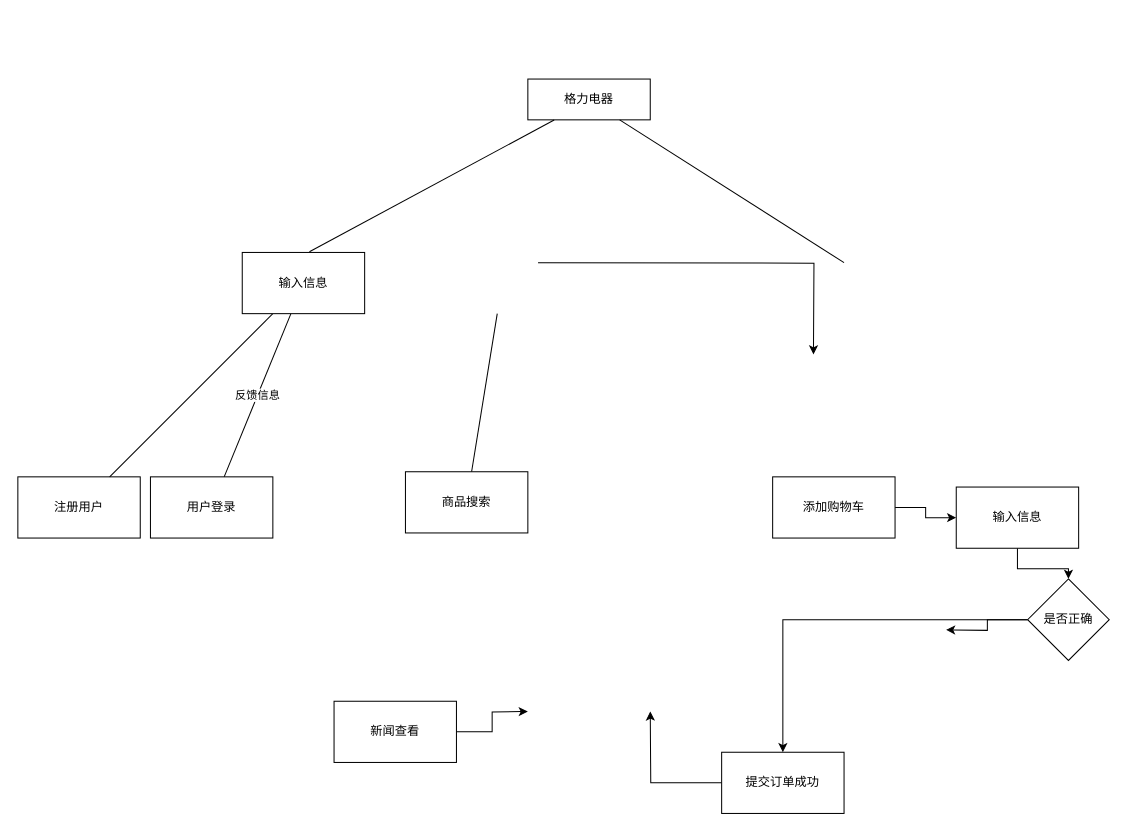
Noirkelo/studyRepo keeps this draw.io diagram as Untitled Diagram.drawio. Above is the earlier version. Source tidied: cells renumbered, new cells numbered last; positions are measured from the earlier drawing's top-left corner, leaving out a move shared by most shapes. Both pictures are drawn from the tidied source at 102%, with x=0, y=0 at pixel (17, 79).
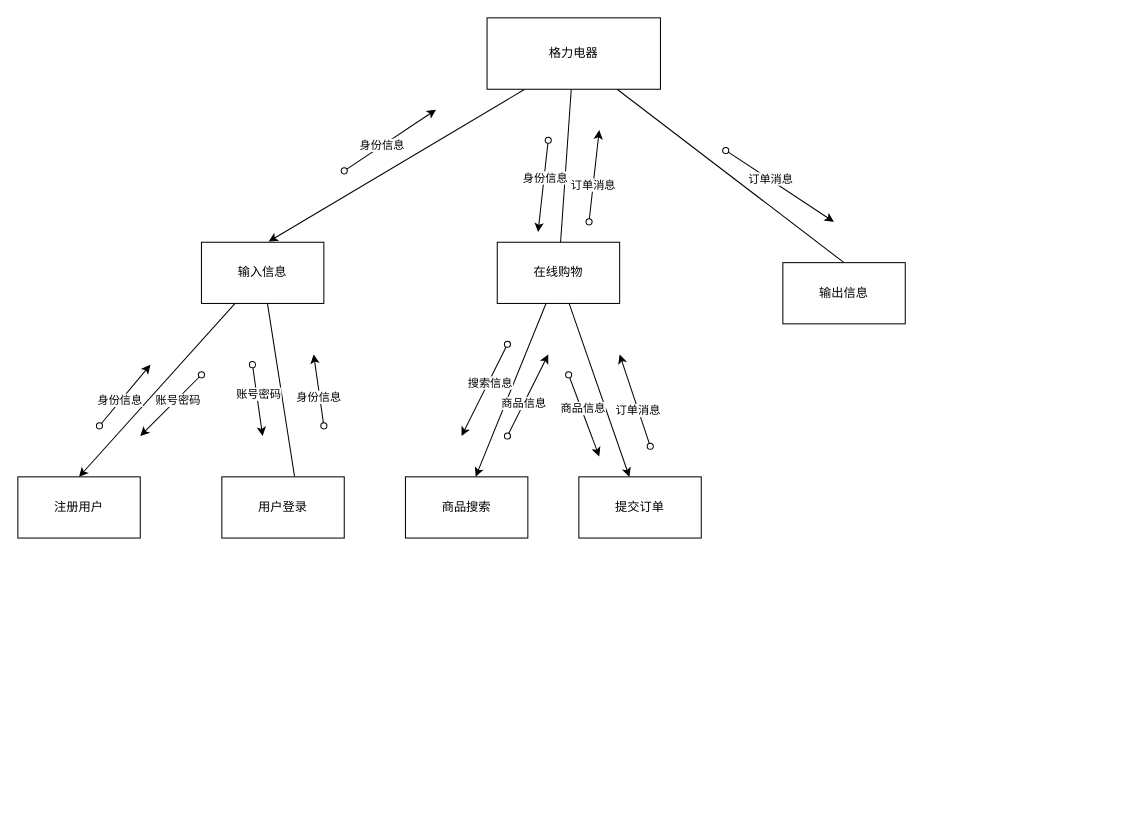
Above is the later version.

The change refers to these unchanged cells:
```xml
<mxCell id="3" value="注册用户" style="rounded=0;whiteSpace=wrap;html=1;" parent="1" vertex="1">
  <mxGeometry y="390" width="120" height="60" as="geometry" />
</mxCell>
```

Diff of the diagram source:
```diff
@@
+    <mxCell id="24" style="edgeStyle=none;rounded=0;jettySize=auto;html=1;startArrow=none;startFill=0;endArrow=none;endFill=0;strokeColor=default;" parent="1" edge="1" source="2" target="28">
+      <mxGeometry relative="1" as="geometry" />
+    </mxCell>
     <mxCell id="2" value="格力电器" style="rounded=0;whiteSpace=wrap;html=1;" parent="1" vertex="1">
-      <mxGeometry x="500" width="120" height="40" as="geometry" />
+      <mxGeometry x="460" y="-60" width="170" height="70" as="geometry" />
     </mxCell>
@@
-    <mxCell id="4" style="rounded=0;jettySize=auto;html=1;endArrow=none;endFill=0;strokeColor=default;startArrow=none;startFill=0;exitX=0.215;exitY=1.004;exitDx=0;exitDy=0;exitPerimeter=0;entryX=0.549;entryY=-0.012;entryDx=0;entryDy=0;entryPerimeter=0;" parent="1" edge="1" source="2" target="8">
+    <mxCell id="4" style="rounded=0;jettySize=auto;html=1;endArrow=classic;endFill=1;strokeColor=default;startArrow=none;startFill=0;exitX=0.215;exitY=1.004;exitDx=0;exitDy=0;exitPerimeter=0;entryX=0.549;entryY=-0.012;entryDx=0;entryDy=0;entryPerimeter=0;" parent="1" edge="1" source="2" target="8">
       <mxGeometry x="0.07" y="58" relative="1" as="geometry" />
     </mxCell>
-    <mxCell id="5" value="反馈信息" style="edgeStyle=none;rounded=0;jettySize=auto;html=1;startArrow=none;startFill=0;endArrow=none;endFill=0;strokeColor=default;" parent="1" edge="1" source="8" target="23">
+    <mxCell id="5" style="edgeStyle=none;rounded=0;jettySize=auto;html=1;startArrow=none;startFill=0;endArrow=none;endFill=0;strokeColor=default;entryX=0.594;entryY=-0.003;entryDx=0;entryDy=0;entryPerimeter=0;" parent="1" edge="1" source="8" target="23">
       <mxGeometry relative="1" as="geometry" />
     </mxCell>
-    <mxCell id="6" style="edgeStyle=none;rounded=0;jettySize=auto;html=1;startArrow=none;startFill=0;endArrow=none;endFill=0;strokeColor=default;" parent="1" edge="1" source="8" target="3">
+    <mxCell id="6" style="edgeStyle=none;rounded=0;jettySize=auto;html=1;startArrow=none;startFill=0;endArrow=classic;endFill=1;strokeColor=default;entryX=0.5;entryY=0;entryDx=0;entryDy=0;" parent="1" edge="1" source="8" target="3">
       <mxGeometry relative="1" as="geometry" />
     </mxCell>
-    <mxCell id="7" style="edgeStyle=none;rounded=0;jettySize=auto;html=1;startArrow=none;startFill=0;endArrow=none;endFill=0;strokeColor=default;" parent="1" edge="1" target="11">
-      <mxGeometry relative="1" as="geometry">
-        <mxPoint x="470" y="230" as="sourcePoint" />
-      </mxGeometry>
-    </mxCell>
     <mxCell id="8" value="输入信息" style="rounded=0;whiteSpace=wrap;html=1;" parent="1" vertex="1">
-      <mxGeometry x="220" y="170" width="120" height="60" as="geometry" />
+      <mxGeometry x="180" y="160" width="120" height="60" as="geometry" />
     </mxCell>
-    <mxCell id="9" style="edgeStyle=orthogonalEdgeStyle;rounded=0;jettySize=auto;html=1;entryX=0;entryY=0.5;entryDx=0;entryDy=0;endArrow=classic;endFill=1;strokeColor=default;" parent="1" edge="1" source="10" target="16">
-      <mxGeometry relative="1" as="geometry" />
-    </mxCell>
-    <mxCell id="10" value="添加购物车" style="rounded=0;whiteSpace=wrap;html=1;" parent="1" vertex="1">
-      <mxGeometry x="740" y="390" width="120" height="60" as="geometry" />
-    </mxCell>
     <mxCell id="11" value="商品搜索" style="rounded=0;whiteSpace=wrap;html=1;" parent="1" vertex="1">
-      <mxGeometry x="380" y="385" width="120" height="60" as="geometry" />
+      <mxGeometry x="380" y="390" width="120" height="60" as="geometry" />
     </mxCell>
-    <mxCell id="12" style="edgeStyle=orthogonalEdgeStyle;rounded=0;jettySize=auto;html=1;endArrow=classic;endFill=1;strokeColor=default;" parent="1" edge="1" source="13">
-      <mxGeometry relative="1" as="geometry">
-        <mxPoint x="500" y="620" as="targetPoint" />
-      </mxGeometry>
-    </mxCell>
-    <mxCell id="13" value="新闻查看" style="rounded=0;whiteSpace=wrap;html=1;" parent="1" vertex="1">
-      <mxGeometry x="310" y="610" width="120" height="60" as="geometry" />
-    </mxCell>
-    <mxCell id="14" style="edgeStyle=orthogonalEdgeStyle;rounded=0;orthogonalLoop=1;jettySize=auto;html=1;endArrow=classic;endFill=1;strokeColor=default;" parent="1" edge="1">
+    <mxCell id="14" style="rounded=0;orthogonalLoop=1;jettySize=auto;html=1;endArrow=classic;endFill=1;strokeColor=default;startArrow=oval;startFill=0;" parent="1" edge="1">
       <mxGeometry relative="1" as="geometry">
-        <mxPoint x="510" y="180" as="sourcePoint" />
-        <mxPoint x="780" y="270" as="targetPoint" />
+        <mxPoint x="320" y="90" as="sourcePoint" />
+        <mxPoint x="410" y="30" as="targetPoint" />
       </mxGeometry>
     </mxCell>
-    <mxCell id="15" style="edgeStyle=orthogonalEdgeStyle;rounded=0;jettySize=auto;html=1;endArrow=classic;endFill=1;strokeColor=default;" parent="1" edge="1" source="16" target="21">
-      <mxGeometry relative="1" as="geometry" />
-    </mxCell>
-    <mxCell id="16" value="输入信息" style="rounded=0;whiteSpace=wrap;html=1;" parent="1" vertex="1">
-      <mxGeometry x="920" y="400" width="120" height="60" as="geometry" />
-    </mxCell>
-    <mxCell id="17" style="edgeStyle=orthogonalEdgeStyle;rounded=0;jettySize=auto;html=1;endArrow=classic;endFill=1;strokeColor=default;" parent="1" edge="1" source="18">
-      <mxGeometry relative="1" as="geometry">
-        <mxPoint x="620" y="620" as="targetPoint" />
-      </mxGeometry>
-    </mxCell>
-    <mxCell id="18" value="提交订单成功" style="rounded=0;whiteSpace=wrap;html=1;" parent="1" vertex="1">
-      <mxGeometry x="690" y="660" width="120" height="60" as="geometry" />
-    </mxCell>
-    <mxCell id="19" style="edgeStyle=orthogonalEdgeStyle;rounded=0;jettySize=auto;html=1;endArrow=classic;endFill=1;strokeColor=default;" parent="1" edge="1" source="21" target="18">
-      <mxGeometry relative="1" as="geometry" />
-    </mxCell>
-    <mxCell id="20" style="edgeStyle=orthogonalEdgeStyle;rounded=0;jettySize=auto;html=1;endArrow=classic;endFill=1;strokeColor=default;" parent="1" edge="1" source="21">
-      <mxGeometry relative="1" as="geometry">
-        <mxPoint x="910" y="540" as="targetPoint" />
-      </mxGeometry>
-    </mxCell>
-    <mxCell id="21" value="是否正确" style="rhombus;whiteSpace=wrap;html=1;" parent="1" vertex="1">
-      <mxGeometry x="990" y="490" width="80" height="80" as="geometry" />
-    </mxCell>
+    <mxCell id="25" value="身份信息" style="edgeLabel;html=1;align=center;verticalAlign=middle;" parent="14" vertex="1">
+      <mxGeometry x="-0.19" y="1" relative="1" as="geometry" />
+    </mxCell>
@@
     <mxCell id="23" value="用户登录" style="rounded=0;whiteSpace=wrap;html=1;" parent="1" vertex="1">
-      <mxGeometry x="130" y="390" width="120" height="60" as="geometry" />
+      <mxGeometry x="200" y="390" width="120" height="60" as="geometry" />
     </mxCell>
+    <mxCell id="26" style="edgeStyle=none;rounded=0;jettySize=auto;html=1;startArrow=none;startFill=0;endArrow=classic;endFill=1;strokeColor=default;entryX=0.574;entryY=-0.003;entryDx=0;entryDy=0;entryPerimeter=0;" parent="1" edge="1" source="28" target="11">
+      <mxGeometry relative="1" as="geometry" />
+    </mxCell>
+    <mxCell id="27" style="edgeStyle=none;rounded=0;jettySize=auto;html=1;startArrow=none;startFill=0;endArrow=classic;endFill=1;strokeColor=default;" parent="1" edge="1" source="28" target="43">
+      <mxGeometry relative="1" as="geometry" />
+    </mxCell>
+    <mxCell id="28" value="在线购物" style="rounded=0;whiteSpace=wrap;html=1;" parent="1" vertex="1">
+      <mxGeometry x="470" y="160" width="120" height="60" as="geometry" />
+    </mxCell>
+    <mxCell id="29" value="输出信息" style="rounded=0;whiteSpace=wrap;html=1;" parent="1" vertex="1">
+      <mxGeometry x="750" y="180" width="120" height="60" as="geometry" />
+    </mxCell>
+    <mxCell id="30" style="rounded=0;orthogonalLoop=1;jettySize=auto;html=1;endArrow=classic;endFill=1;strokeColor=default;startArrow=oval;startFill=0;" parent="1" edge="1">
+      <mxGeometry relative="1" as="geometry">
+        <mxPoint x="300" y="340" as="sourcePoint" />
+        <mxPoint x="290" y="270" as="targetPoint" />
+      </mxGeometry>
+    </mxCell>
+    <mxCell id="31" value="身份信息" style="edgeLabel;html=1;align=center;verticalAlign=middle;" parent="30" vertex="1">
+      <mxGeometry x="-0.19" y="1" relative="1" as="geometry" />
+    </mxCell>
+    <mxCell id="32" style="rounded=0;orthogonalLoop=1;jettySize=auto;html=1;endArrow=classic;endFill=1;strokeColor=default;startArrow=oval;startFill=0;" parent="1" edge="1">
+      <mxGeometry relative="1" as="geometry">
+        <mxPoint x="180" y="290" as="sourcePoint" />
+        <mxPoint x="120" y="350" as="targetPoint" />
+      </mxGeometry>
+    </mxCell>
+    <mxCell id="33" value="账号密码" style="edgeLabel;html=1;align=center;verticalAlign=middle;" parent="32" vertex="1">
+      <mxGeometry x="-0.19" y="1" relative="1" as="geometry" />
+    </mxCell>
+    <mxCell id="34" style="rounded=0;orthogonalLoop=1;jettySize=auto;html=1;endArrow=classic;endFill=1;strokeColor=default;startArrow=oval;startFill=0;" parent="1" edge="1">
+      <mxGeometry relative="1" as="geometry">
+        <mxPoint x="230" y="280" as="sourcePoint" />
+        <mxPoint x="240" y="350" as="targetPoint" />
+      </mxGeometry>
+    </mxCell>
+    <mxCell id="35" value="账号密码" style="edgeLabel;html=1;align=center;verticalAlign=middle;" parent="34" vertex="1">
+      <mxGeometry x="-0.19" y="1" relative="1" as="geometry" />
+    </mxCell>
+    <mxCell id="36" style="rounded=0;orthogonalLoop=1;jettySize=auto;html=1;endArrow=classic;endFill=1;strokeColor=default;startArrow=oval;startFill=0;" parent="1" edge="1">
+      <mxGeometry relative="1" as="geometry">
+        <mxPoint x="80" y="340" as="sourcePoint" />
+        <mxPoint x="130" y="280" as="targetPoint" />
+      </mxGeometry>
+    </mxCell>
+    <mxCell id="37" value="身份信息" style="edgeLabel;html=1;align=center;verticalAlign=middle;" parent="36" vertex="1">
+      <mxGeometry x="-0.19" y="1" relative="1" as="geometry" />
+    </mxCell>
+    <mxCell id="38" style="rounded=0;orthogonalLoop=1;jettySize=auto;html=1;endArrow=classic;endFill=1;strokeColor=default;startArrow=oval;startFill=0;" parent="1" edge="1">
+      <mxGeometry relative="1" as="geometry">
+        <mxPoint x="520" y="60" as="sourcePoint" />
+        <mxPoint x="510" y="150" as="targetPoint" />
+      </mxGeometry>
+    </mxCell>
+    <mxCell id="39" value="身份信息" style="edgeLabel;html=1;align=center;verticalAlign=middle;" parent="38" vertex="1">
+      <mxGeometry x="-0.19" y="1" relative="1" as="geometry" />
+    </mxCell>
+    <mxCell id="40" style="rounded=0;orthogonalLoop=1;jettySize=auto;html=1;endArrow=classic;endFill=1;strokeColor=default;startArrow=oval;startFill=0;" parent="1" edge="1">
+      <mxGeometry relative="1" as="geometry">
+        <mxPoint x="560" y="140" as="sourcePoint" />
+        <mxPoint x="570" y="50" as="targetPoint" />
+      </mxGeometry>
+    </mxCell>
+    <mxCell id="41" value="订单消息" style="edgeLabel;html=1;align=center;verticalAlign=middle;" parent="40" vertex="1">
+      <mxGeometry x="-0.19" y="1" relative="1" as="geometry" />
+    </mxCell>
+    <mxCell id="42" style="edgeStyle=none;rounded=0;orthogonalLoop=1;jettySize=auto;html=1;entryX=0.5;entryY=0;entryDx=0;entryDy=0;startArrow=none;startFill=0;endArrow=classic;endFill=1;strokeColor=default;" parent="1" edge="1" source="11" target="11">
+      <mxGeometry relative="1" as="geometry" />
+    </mxCell>
+    <mxCell id="43" value="提交订单" style="rounded=0;whiteSpace=wrap;html=1;" parent="1" vertex="1">
+      <mxGeometry x="550" y="390" width="120" height="60" as="geometry" />
+    </mxCell>
+    <mxCell id="44" style="rounded=0;orthogonalLoop=1;jettySize=auto;html=1;endArrow=classic;endFill=1;strokeColor=default;startArrow=oval;startFill=0;" parent="1" edge="1">
+      <mxGeometry relative="1" as="geometry">
+        <mxPoint x="480" y="260" as="sourcePoint" />
+        <mxPoint x="435" y="350" as="targetPoint" />
+      </mxGeometry>
+    </mxCell>
+    <mxCell id="45" value="搜索信息" style="edgeLabel;html=1;align=center;verticalAlign=middle;" parent="44" vertex="1">
+      <mxGeometry x="-0.19" y="1" relative="1" as="geometry" />
+    </mxCell>
+    <mxCell id="46" style="rounded=0;orthogonalLoop=1;jettySize=auto;html=1;endArrow=classic;endFill=1;strokeColor=default;startArrow=oval;startFill=0;" parent="1" edge="1">
+      <mxGeometry relative="1" as="geometry">
+        <mxPoint x="480" y="350" as="sourcePoint" />
+        <mxPoint x="520" y="270" as="targetPoint" />
+      </mxGeometry>
+    </mxCell>
+    <mxCell id="47" value="商品信息" style="edgeLabel;html=1;align=center;verticalAlign=middle;" parent="46" vertex="1">
+      <mxGeometry x="-0.19" y="1" relative="1" as="geometry" />
+    </mxCell>
+    <mxCell id="48" style="rounded=0;orthogonalLoop=1;jettySize=auto;html=1;endArrow=classic;endFill=1;strokeColor=default;startArrow=oval;startFill=0;" parent="1" edge="1">
+      <mxGeometry relative="1" as="geometry">
+        <mxPoint x="540" y="290" as="sourcePoint" />
+        <mxPoint x="570" y="370" as="targetPoint" />
+      </mxGeometry>
+    </mxCell>
+    <mxCell id="49" value="商品信息" style="edgeLabel;html=1;align=center;verticalAlign=middle;" parent="48" vertex="1">
+      <mxGeometry x="-0.19" y="1" relative="1" as="geometry" />
+    </mxCell>
+    <mxCell id="50" style="rounded=0;orthogonalLoop=1;jettySize=auto;html=1;endArrow=classic;endFill=1;strokeColor=default;startArrow=oval;startFill=0;" parent="1" edge="1">
+      <mxGeometry relative="1" as="geometry">
+        <mxPoint x="620" y="360" as="sourcePoint" />
+        <mxPoint x="590" y="270" as="targetPoint" />
+      </mxGeometry>
+    </mxCell>
+    <mxCell id="51" value="订单消息" style="edgeLabel;html=1;align=center;verticalAlign=middle;" parent="50" vertex="1">
+      <mxGeometry x="-0.19" y="1" relative="1" as="geometry" />
+    </mxCell>
+    <mxCell id="52" style="rounded=0;orthogonalLoop=1;jettySize=auto;html=1;endArrow=classic;endFill=1;strokeColor=default;startArrow=oval;startFill=0;" parent="1" edge="1">
+      <mxGeometry relative="1" as="geometry">
+        <mxPoint x="694" y="70" as="sourcePoint" />
+        <mxPoint x="800" y="140" as="targetPoint" />
+      </mxGeometry>
+    </mxCell>
+    <mxCell id="53" value="订单消息" style="edgeLabel;html=1;align=center;verticalAlign=middle;" parent="52" vertex="1">
+      <mxGeometry x="-0.19" y="1" relative="1" as="geometry" />
+    </mxCell>
```
